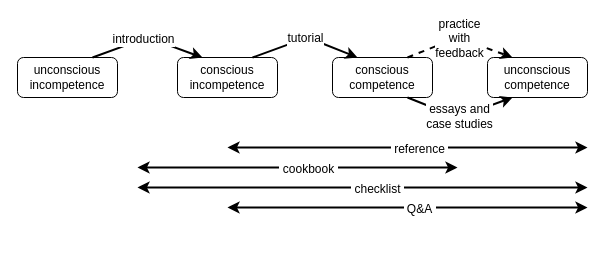
The draw.io diagram files/2019/04/materials.drawio in gvwilson/thirdbit, before the edit. Source tidied: cells renumbered, new cells numbered last; positions are measured from the earlier drawing's top-left corner, leaving out a move shared by most shapes. Both pictures are drawn from the tidied source at 100%, with x=0, y=0 at pixel (17, 37).
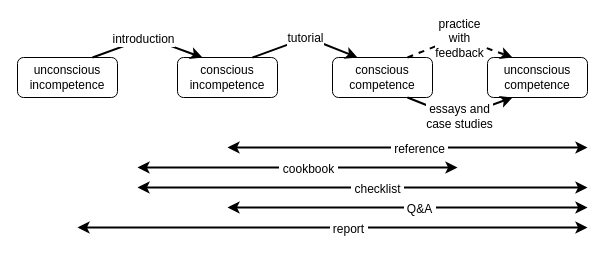
The same diagram, later.

What changed in the source:
```diff
@@
+    <mxCell id="19" style="endArrow=classic;startArrow=classic;html=1;strokeWidth=2;" parent="1" edge="1">
+      <mxGeometry relative="1" as="geometry">
+        <mxPoint x="60" y="190" as="sourcePoint" />
+        <mxPoint x="570" y="190" as="targetPoint" />
+      </mxGeometry>
+    </mxCell>
+    <mxCell id="20" value="&amp;nbsp;report&amp;nbsp;" style="text;html=1;align=center;verticalAlign=middle;labelBackgroundColor=#ffffff;" parent="19" vertex="1">
+      <mxGeometry x="0.06" y="-1" relative="1" as="geometry" />
+    </mxCell>
```
